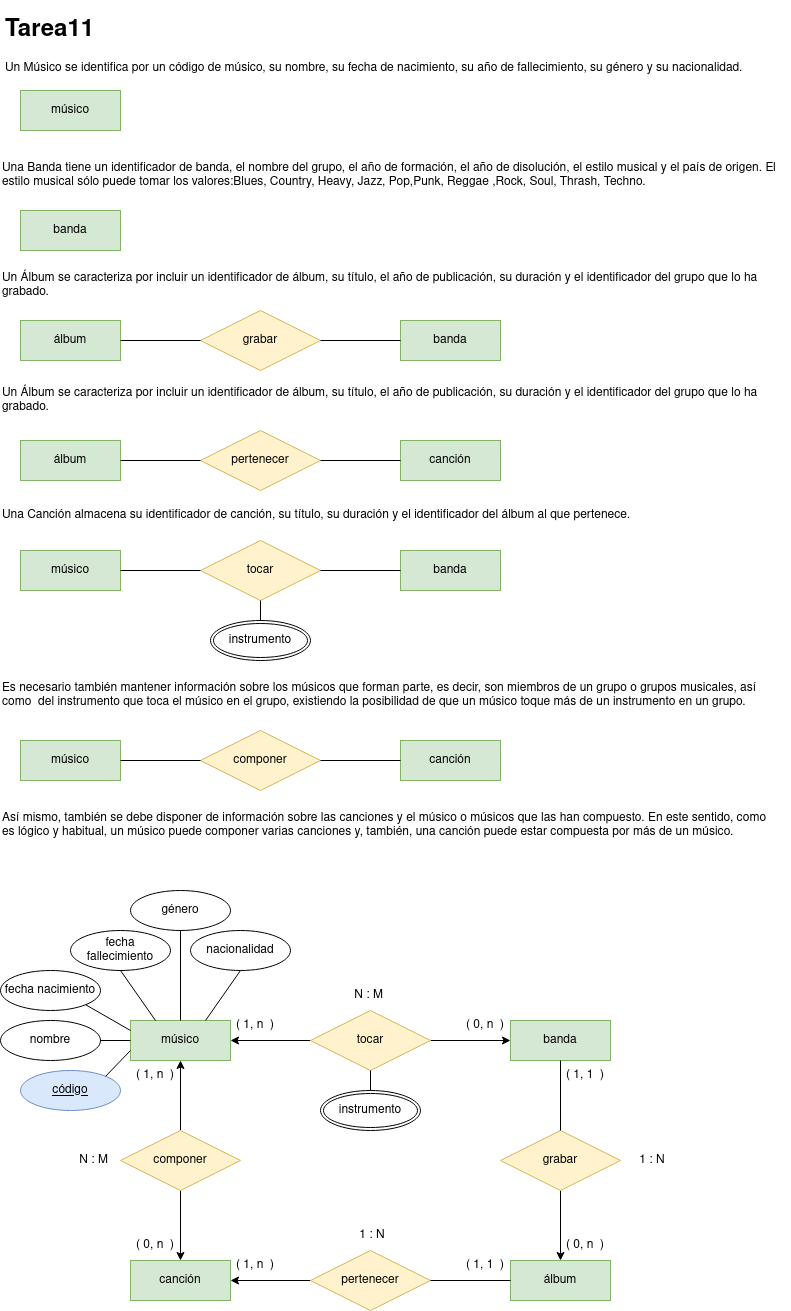
The draw.io diagram tareasER/tarea11.png in javigh193/bae, before a commit. Source tidied: cells renumbered, new cells last; positions are measured from the earlier drawing's top-left corner, leaving out a move shared by most shapes.
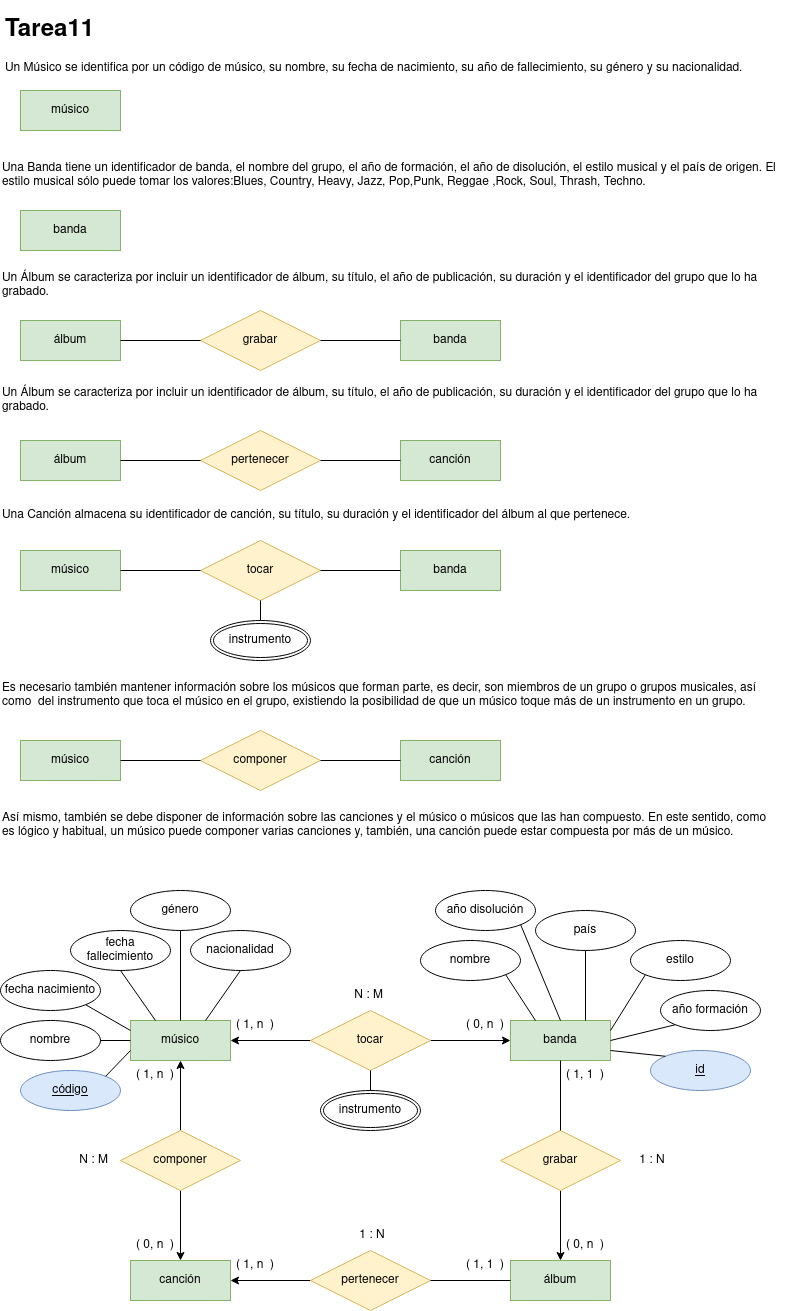
After the commit.

The edit, as a diff of the source:
```diff
@@ -221,5 +221,41 @@
     <mxCell id="74" style="endArrow=none;html=1;rounded=0;exitX=1;exitY=0;exitDx=0;exitDy=0;entryX=0;entryY=0.75;entryDx=0;entryDy=0;" parent="1" edge="1" source="63" target="33">
       <mxGeometry relative="1" as="geometry" />
     </mxCell>
+    <mxCell id="75" value="id" style="ellipse;whiteSpace=wrap;html=1;align=center;fontStyle=4;fillColor=#dae8fc;strokeColor=#6c8ebf;" parent="1" vertex="1">
+      <mxGeometry x="650" y="1040" width="100" height="40" as="geometry" />
+    </mxCell>
+    <mxCell id="76" value="nombre" style="ellipse;whiteSpace=wrap;html=1;align=center;" parent="1" vertex="1">
+      <mxGeometry x="420" y="930" width="100" height="40" as="geometry" />
+    </mxCell>
+    <mxCell id="77" value="año formación" style="ellipse;whiteSpace=wrap;html=1;align=center;" parent="1" vertex="1">
+      <mxGeometry x="660" y="980" width="100" height="40" as="geometry" />
+    </mxCell>
+    <mxCell id="78" value="año disolución" style="ellipse;whiteSpace=wrap;html=1;align=center;" parent="1" vertex="1">
+      <mxGeometry x="435" y="880" width="100" height="40" as="geometry" />
+    </mxCell>
+    <mxCell id="79" value="estilo" style="ellipse;whiteSpace=wrap;html=1;align=center;" parent="1" vertex="1">
+      <mxGeometry x="630" y="930" width="100" height="40" as="geometry" />
+    </mxCell>
+    <mxCell id="80" value="país" style="ellipse;whiteSpace=wrap;html=1;align=center;" parent="1" vertex="1">
+      <mxGeometry x="535" y="900" width="100" height="40" as="geometry" />
+    </mxCell>
+    <mxCell id="81" style="endArrow=none;html=1;rounded=0;exitX=1;exitY=1;exitDx=0;exitDy=0;entryX=0.25;entryY=0;entryDx=0;entryDy=0;" parent="1" edge="1" source="76" target="34">
+      <mxGeometry relative="1" as="geometry" />
+    </mxCell>
+    <mxCell id="82" style="endArrow=none;html=1;rounded=0;exitX=1;exitY=1;exitDx=0;exitDy=0;entryX=0.5;entryY=0;entryDx=0;entryDy=0;" parent="1" edge="1" source="78" target="34">
+      <mxGeometry relative="1" as="geometry" />
+    </mxCell>
+    <mxCell id="83" style="endArrow=none;html=1;rounded=0;entryX=0.75;entryY=0;entryDx=0;entryDy=0;exitX=0.5;exitY=1;exitDx=0;exitDy=0;" parent="1" edge="1" source="80" target="34">
+      <mxGeometry relative="1" as="geometry" />
+    </mxCell>
+    <mxCell id="84" style="endArrow=none;html=1;rounded=0;exitX=0;exitY=1;exitDx=0;exitDy=0;entryX=1;entryY=0.25;entryDx=0;entryDy=0;" parent="1" edge="1" source="79" target="34">
+      <mxGeometry relative="1" as="geometry" />
+    </mxCell>
+    <mxCell id="85" style="endArrow=none;html=1;rounded=0;exitX=0;exitY=1;exitDx=0;exitDy=0;entryX=1;entryY=0.5;entryDx=0;entryDy=0;" parent="1" edge="1" source="77" target="34">
+      <mxGeometry relative="1" as="geometry" />
+    </mxCell>
+    <mxCell id="86" style="endArrow=none;html=1;rounded=0;exitX=0;exitY=0;exitDx=0;exitDy=0;entryX=1;entryY=0.75;entryDx=0;entryDy=0;" parent="1" edge="1" source="75" target="34">
+      <mxGeometry relative="1" as="geometry" />
+    </mxCell>
   </root>
 </mxGraphModel>
```
